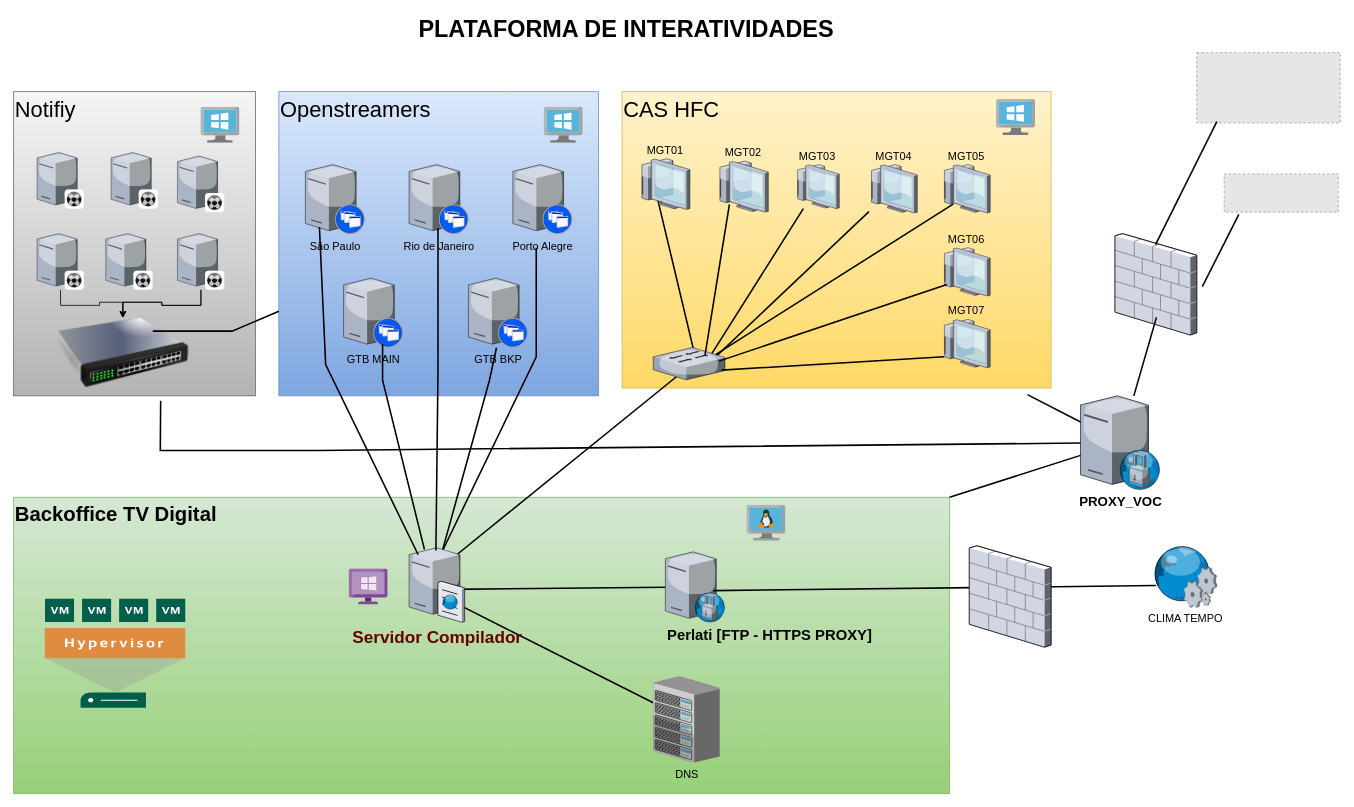
Above: Diagrama_ Interatividades.drawio in eloyx3x/Diagramas (draw.io), before the change. Source tidied: cells renumbered, new cells numbered last; positions are measured from the earlier drawing's top-left corner, leaving out a move shared by most shapes. Both pictures are drawn from the tidied source at 78%, with x=0, y=0 at pixel (13, 13). Pictures stored in the file or linked from it are replaced by grey dashed boxes.
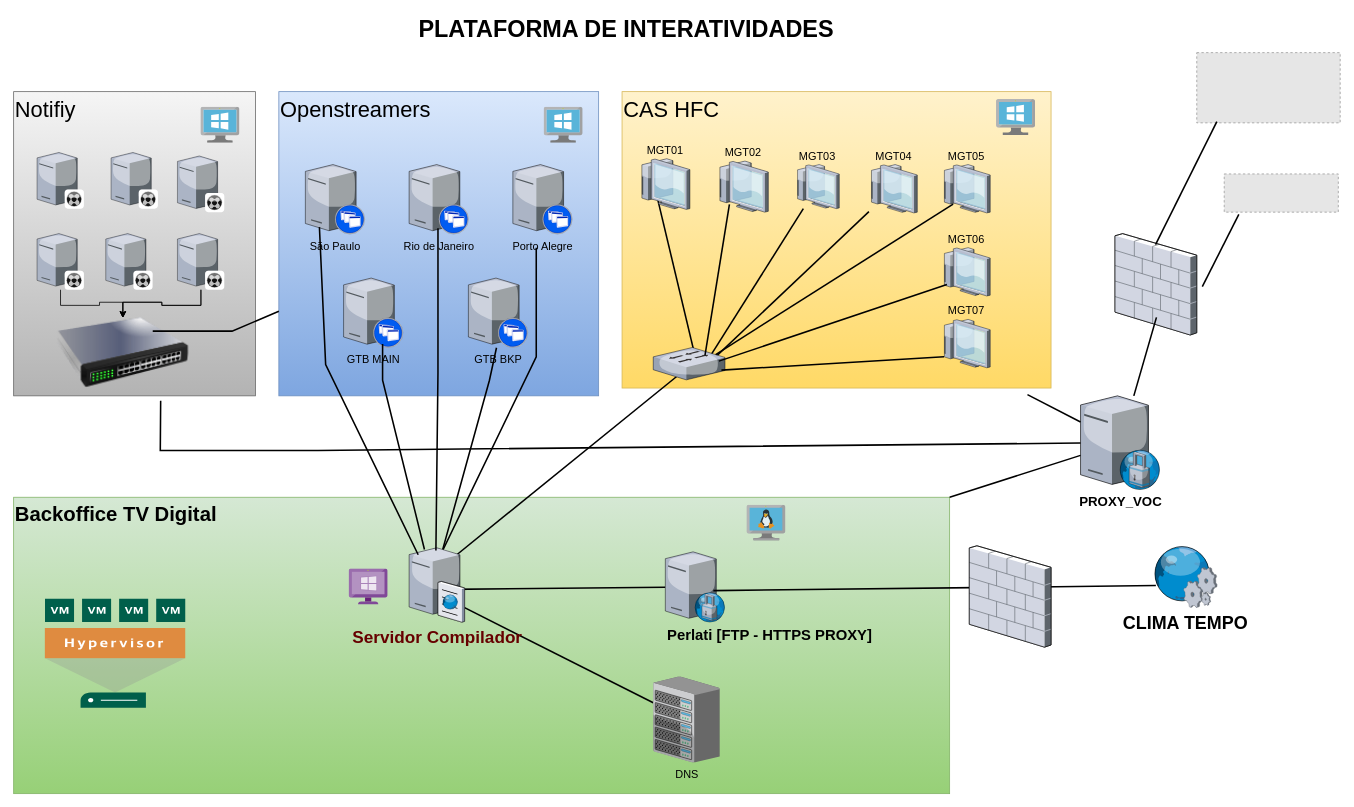
Above is the later version.

Change to the diagram source:
```diff
@@
-    <mxCell id="36" value="CLIMA TEMPO" style="verticalLabelPosition=bottom;html=1;verticalAlign=top;strokeColor=none;shape=mxgraph.citrix.web_service;fontSize=14;labelBackgroundColor=none;" parent="1" vertex="1">
+    <mxCell id="36" value="CLIMA TEMPO" style="verticalLabelPosition=bottom;html=1;verticalAlign=top;strokeColor=none;shape=mxgraph.citrix.web_service;fontSize=23;labelBackgroundColor=none;fontStyle=1;" parent="1" vertex="1">
       <mxGeometry x="1460" y="682.2" width="83" height="79" as="geometry" />
     </mxCell>
```
